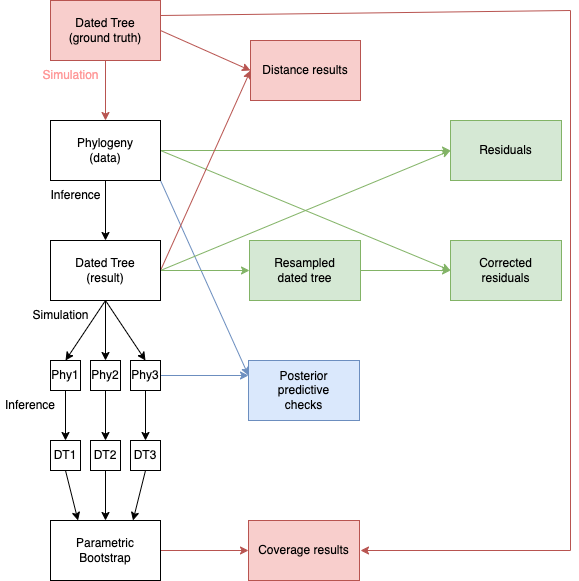
The draw.io diagram draft/flowchart.png in xavierdidelot/DiagnoDating, before a commit. Source tidied: cells renumbered, new cells last; positions are measured from the earlier drawing's top-left corner, leaving out a move shared by most shapes.
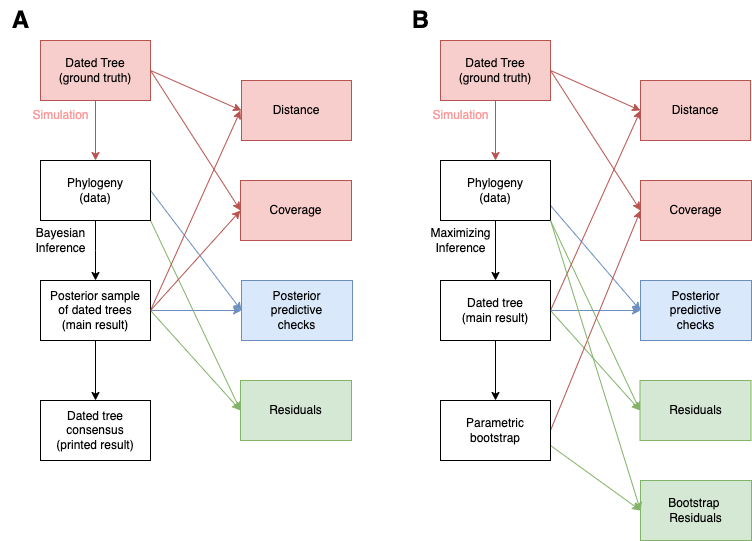
Later version of the same file.

Change to the diagram source:
```diff
@@ -5,32 +5,22 @@
     <mxCell id="2" style="edgeStyle=orthogonalEdgeStyle;rounded=0;jettySize=auto;html=1;exitX=0.5;exitY=1;exitDx=0;exitDy=0;entryX=0.5;entryY=0;entryDx=0;entryDy=0;fillColor=#f8cecc;strokeColor=#b85450;" parent="1" edge="1" source="4" target="9">
       <mxGeometry relative="1" as="geometry" />
     </mxCell>
-    <mxCell id="3" style="rounded=0;jettySize=auto;html=1;fillColor=#f8cecc;strokeColor=#b85450;exitX=1;exitY=0.25;exitDx=0;exitDy=0;" parent="1" edge="1" source="4">
-      <mxGeometry relative="1" as="geometry">
-        <mxPoint x="360" y="550" as="targetPoint" />
-        <Array as="points">
-          <mxPoint x="570" y="10" />
-          <mxPoint x="570" y="550" />
-        </Array>
-      </mxGeometry>
-    </mxCell>
     <mxCell id="4" value="Dated Tree&lt;div&gt;(ground truth)&lt;/div&gt;" style="rounded=0;whiteSpace=wrap;html=1;fillColor=#f8cecc;strokeColor=#b85450;" parent="1" vertex="1">
-      <mxGeometry x="50" width="110" height="60" as="geometry" />
+      <mxGeometry x="370" width="110" height="60" as="geometry" />
     </mxCell>
     <mxCell id="5" style="edgeStyle=orthogonalEdgeStyle;rounded=0;jettySize=auto;html=1;exitX=0.5;exitY=1;exitDx=0;exitDy=0;entryX=0.5;entryY=0;entryDx=0;entryDy=0;" parent="1" edge="1" source="9" target="13">
       <mxGeometry relative="1" as="geometry" />
     </mxCell>
-    <mxCell id="6" style="rounded=0;jettySize=auto;html=1;exitX=1;exitY=0.5;exitDx=0;exitDy=0;entryX=0;entryY=0.5;entryDx=0;entryDy=0;fillColor=#d5e8d4;strokeColor=#82b366;" parent="1" edge="1" source="9" target="39">
-      <mxGeometry relative="1" as="geometry" />
+    <mxCell id="6" style="rounded=0;jettySize=auto;html=1;entryX=0;entryY=0.5;entryDx=0;entryDy=0;fillColor=#d5e8d4;strokeColor=#82b366;" parent="1" edge="1" target="39">
+      <mxGeometry relative="1" as="geometry">
+        <mxPoint x="480" y="180" as="sourcePoint" />
+      </mxGeometry>
     </mxCell>
-    <mxCell id="7" style="rounded=0;jettySize=auto;html=1;exitX=1;exitY=1;exitDx=0;exitDy=0;entryX=0;entryY=0.25;entryDx=0;entryDy=0;fillColor=#dae8fc;strokeColor=#6c8ebf;" parent="1" edge="1" source="9" target="40">
+    <mxCell id="7" style="rounded=0;jettySize=auto;html=1;exitX=1;exitY=0.75;exitDx=0;exitDy=0;entryX=0;entryY=0.5;entryDx=0;entryDy=0;fillColor=#dae8fc;strokeColor=#6c8ebf;" parent="1" edge="1" source="9" target="40">
       <mxGeometry relative="1" as="geometry" />
     </mxCell>
-    <mxCell id="8" style="rounded=0;jettySize=auto;html=1;exitX=1;exitY=0.5;exitDx=0;exitDy=0;entryX=0;entryY=0.5;entryDx=0;entryDy=0;fillColor=#d5e8d4;strokeColor=#82b366;" parent="1" edge="1" source="9" target="43">
-      <mxGeometry relative="1" as="geometry" />
-    </mxCell>
     <mxCell id="9" value="Phylogeny&lt;br&gt;(data)" style="rounded=0;whiteSpace=wrap;html=1;" parent="1" vertex="1">
-      <mxGeometry x="50" y="120" width="110" height="60" as="geometry" />
+      <mxGeometry x="370" y="120" width="110" height="60" as="geometry" />
     </mxCell>
     <mxCell id="10" style="rounded=0;jettySize=auto;html=1;exitX=1;exitY=0.5;exitDx=0;exitDy=0;entryX=0;entryY=0.5;entryDx=0;entryDy=0;fillColor=#f8cecc;strokeColor=#b85450;" parent="1" edge="1" source="13" target="37">
       <mxGeometry relative="1" as="geometry" />
@@ -38,101 +28,132 @@
     <mxCell id="11" style="rounded=0;jettySize=auto;html=1;exitX=1;exitY=0.5;exitDx=0;exitDy=0;entryX=0;entryY=0.5;entryDx=0;entryDy=0;fillColor=#d5e8d4;strokeColor=#82b366;" parent="1" edge="1" source="13" target="39">
       <mxGeometry relative="1" as="geometry" />
     </mxCell>
-    <mxCell id="12" style="rounded=1;jettySize=auto;html=1;exitX=1;exitY=0.5;exitDx=0;exitDy=0;entryX=0;entryY=0.5;entryDx=0;entryDy=0;fillColor=#d5e8d4;strokeColor=#82b366;" parent="1" edge="1" source="13" target="42">
-      <mxGeometry relative="1" as="geometry" />
-    </mxCell>
-    <mxCell id="13" value="Dated Tree&lt;br&gt;(result)" style="rounded=0;whiteSpace=wrap;html=1;" parent="1" vertex="1">
-      <mxGeometry x="50" y="240" width="110" height="60" as="geometry" />
+    <mxCell id="13" value="Dated tree&lt;br&gt;(main result)" style="rounded=0;whiteSpace=wrap;html=1;" parent="1" vertex="1">
+      <mxGeometry x="370" y="240" width="110" height="60" as="geometry" />
     </mxCell>
-    <mxCell id="14" value="Inference" style="text;html=1;align=center;verticalAlign=middle;strokeColor=none;fillColor=none;" parent="1" vertex="1">
-      <mxGeometry x="40" y="180" width="70" height="30" as="geometry" />
+    <mxCell id="14" value="&lt;div&gt;Maximizing&lt;/div&gt;Inference" style="text;html=1;align=center;verticalAlign=middle;strokeColor=none;fillColor=none;" parent="1" vertex="1">
+      <mxGeometry x="350" y="180" width="80" height="40" as="geometry" />
     </mxCell>
     <mxCell id="15" value="Simulation" style="text;html=1;align=center;verticalAlign=middle;strokeColor=none;fillColor=none;fontColor=#FF9999;" parent="1" vertex="1">
-      <mxGeometry x="30" y="60" width="80" height="30" as="geometry" />
+      <mxGeometry x="350" y="60" width="80" height="30" as="geometry" />
     </mxCell>
-    <mxCell id="16" style="edgeStyle=orthogonalEdgeStyle;rounded=0;jettySize=auto;html=1;exitX=0.5;exitY=1;exitDx=0;exitDy=0;" parent="1" edge="1" source="17" target="27">
-      <mxGeometry relative="1" as="geometry" />
-    </mxCell>
-    <mxCell id="17" value="Phy1" style="rounded=0;whiteSpace=wrap;html=1;" parent="1" vertex="1">
-      <mxGeometry x="50" y="360" width="30" height="30" as="geometry" />
-    </mxCell>
-    <mxCell id="18" style="edgeStyle=orthogonalEdgeStyle;rounded=0;jettySize=auto;html=1;exitX=0.5;exitY=1;exitDx=0;exitDy=0;entryX=0.5;entryY=0;entryDx=0;entryDy=0;" parent="1" edge="1" source="19" target="28">
-      <mxGeometry relative="1" as="geometry" />
-    </mxCell>
-    <mxCell id="19" value="Phy2" style="rounded=0;whiteSpace=wrap;html=1;" parent="1" vertex="1">
-      <mxGeometry x="90" y="360" width="30" height="30" as="geometry" />
-    </mxCell>
-    <mxCell id="20" style="edgeStyle=orthogonalEdgeStyle;rounded=0;jettySize=auto;html=1;exitX=0.5;exitY=1;exitDx=0;exitDy=0;entryX=0.5;entryY=0;entryDx=0;entryDy=0;" parent="1" edge="1" source="22" target="29">
-      <mxGeometry relative="1" as="geometry" />
-    </mxCell>
-    <mxCell id="21" style="rounded=0;jettySize=auto;html=1;exitX=1;exitY=0.5;exitDx=0;exitDy=0;entryX=0;entryY=0.25;entryDx=0;entryDy=0;fillColor=#dae8fc;strokeColor=#6c8ebf;" parent="1" edge="1" source="22" target="40">
-      <mxGeometry relative="1" as="geometry" />
+    <mxCell id="21" style="rounded=0;jettySize=auto;html=1;entryX=0;entryY=0.5;entryDx=0;entryDy=0;fillColor=#dae8fc;strokeColor=#6c8ebf;" parent="1" edge="1" target="40">
+      <mxGeometry relative="1" as="geometry">
+        <mxPoint x="480" y="270" as="sourcePoint" />
+      </mxGeometry>
     </mxCell>
-    <mxCell id="22" value="Phy3" style="rounded=0;whiteSpace=wrap;html=1;" parent="1" vertex="1">
-      <mxGeometry x="130" y="360" width="30" height="30" as="geometry" />
-    </mxCell>
-    <mxCell id="23" style="edgeStyle=none;jettySize=auto;html=1;rounded=0;entryX=0.5;entryY=0;entryDx=0;entryDy=0;exitX=0.5;exitY=1;exitDx=0;exitDy=0;" parent="1" edge="1" source="13" target="17">
-      <mxGeometry relative="1" as="geometry" />
-    </mxCell>
-    <mxCell id="24" style="edgeStyle=none;jettySize=auto;html=1;rounded=0;exitX=0.5;exitY=1;exitDx=0;exitDy=0;entryX=0.5;entryY=0;entryDx=0;entryDy=0;" parent="1" edge="1" source="13" target="19">
-      <mxGeometry relative="1" as="geometry" />
+    <mxCell id="24" style="edgeStyle=none;jettySize=auto;html=1;rounded=0;exitX=0.5;exitY=1;exitDx=0;exitDy=0;entryX=0.5;entryY=0;entryDx=0;entryDy=0;" parent="1" edge="1" source="13">
+      <mxGeometry relative="1" as="geometry">
+        <mxPoint x="425" y="360" as="targetPoint" />
+      </mxGeometry>
     </mxCell>
-    <mxCell id="25" style="edgeStyle=none;jettySize=auto;html=1;rounded=0;exitX=0.5;exitY=1;exitDx=0;exitDy=0;entryX=0.5;entryY=0;entryDx=0;entryDy=0;" parent="1" edge="1" source="13" target="22">
-      <mxGeometry relative="1" as="geometry" />
-    </mxCell>
-    <mxCell id="26" value="Simulation" style="text;html=1;align=center;verticalAlign=middle;strokeColor=none;fillColor=none;" parent="1" vertex="1">
-      <mxGeometry x="20" y="300" width="80" height="30" as="geometry" />
-    </mxCell>
-    <mxCell id="27" value="DT1" style="rounded=0;whiteSpace=wrap;html=1;" parent="1" vertex="1">
-      <mxGeometry x="50" y="440" width="30" height="30" as="geometry" />
-    </mxCell>
-    <mxCell id="28" value="DT2" style="rounded=0;whiteSpace=wrap;html=1;" parent="1" vertex="1">
-      <mxGeometry x="90" y="440" width="30" height="30" as="geometry" />
-    </mxCell>
-    <mxCell id="29" value="DT3" style="rounded=0;whiteSpace=wrap;html=1;" parent="1" vertex="1">
-      <mxGeometry x="130" y="440" width="30" height="30" as="geometry" />
-    </mxCell>
-    <mxCell id="30" value="Inference" style="text;html=1;align=center;verticalAlign=middle;whiteSpace=wrap;rounded=0;" parent="1" vertex="1">
-      <mxGeometry y="390" width="60" height="30" as="geometry" />
-    </mxCell>
-    <mxCell id="31" style="rounded=0;jettySize=auto;html=1;exitX=1;exitY=0.5;exitDx=0;exitDy=0;entryX=0;entryY=0.5;entryDx=0;entryDy=0;fillColor=#f8cecc;strokeColor=#b85450;" parent="1" edge="1" source="32" target="38">
+    <mxCell id="31" style="rounded=0;jettySize=auto;html=1;exitX=1;exitY=0.5;exitDx=0;exitDy=0;entryX=0;entryY=0.5;entryDx=0;entryDy=0;fillColor=#f8cecc;strokeColor=#b85450;" parent="1" edge="1" source="66" target="38">
       <mxGeometry relative="1" as="geometry" />
     </mxCell>
-    <mxCell id="32" value="Parametric&lt;br&gt;Bootstrap" style="rounded=0;whiteSpace=wrap;html=1;" parent="1" vertex="1">
-      <mxGeometry x="50" y="520" width="110" height="60" as="geometry" />
-    </mxCell>
-    <mxCell id="33" style="edgeStyle=none;jettySize=auto;html=1;rounded=0;exitX=0.5;exitY=1;exitDx=0;exitDy=0;entryX=0.25;entryY=0;entryDx=0;entryDy=0;" parent="1" edge="1" source="27" target="32">
-      <mxGeometry relative="1" as="geometry" />
-    </mxCell>
-    <mxCell id="34" style="edgeStyle=none;jettySize=auto;html=1;rounded=0;exitX=0.5;exitY=1;exitDx=0;exitDy=0;entryX=0.5;entryY=0;entryDx=0;entryDy=0;" parent="1" edge="1" source="28" target="32">
-      <mxGeometry relative="1" as="geometry" />
-    </mxCell>
-    <mxCell id="35" style="edgeStyle=none;jettySize=auto;html=1;rounded=0;exitX=0.5;exitY=1;exitDx=0;exitDy=0;entryX=0.75;entryY=0;entryDx=0;entryDy=0;" parent="1" edge="1" source="29" target="32">
-      <mxGeometry relative="1" as="geometry" />
-    </mxCell>
     <mxCell id="36" style="endArrow=classic;html=1;rounded=0;exitX=1;exitY=0.5;exitDx=0;exitDy=0;entryX=0;entryY=0.5;entryDx=0;entryDy=0;fillColor=#f8cecc;strokeColor=#b85450;" parent="1" edge="1" source="4" target="37">
       <mxGeometry relative="1" as="geometry" />
     </mxCell>
-    <mxCell id="37" value="Distance results" style="rounded=0;whiteSpace=wrap;html=1;fillColor=#f8cecc;strokeColor=#b85450;" parent="1" vertex="1">
-      <mxGeometry x="250" y="40" width="110" height="60" as="geometry" />
+    <mxCell id="37" value="Distance" style="rounded=0;whiteSpace=wrap;html=1;fillColor=#f8cecc;strokeColor=#b85450;" parent="1" vertex="1">
+      <mxGeometry x="570" y="40" width="110" height="60" as="geometry" />
     </mxCell>
-    <mxCell id="38" value="Coverage results" style="rounded=0;whiteSpace=wrap;html=1;fillColor=#f8cecc;strokeColor=#b85450;" parent="1" vertex="1">
-      <mxGeometry x="248" y="520" width="111" height="60" as="geometry" />
+    <mxCell id="38" value="Coverage" style="rounded=0;whiteSpace=wrap;html=1;fillColor=#f8cecc;strokeColor=#b85450;" parent="1" vertex="1">
+      <mxGeometry x="570" y="140" width="111" height="60" as="geometry" />
     </mxCell>
     <mxCell id="39" value="Residuals" style="rounded=0;whiteSpace=wrap;html=1;fillColor=#d5e8d4;strokeColor=#82b366;" parent="1" vertex="1">
-      <mxGeometry x="450" y="120" width="111" height="60" as="geometry" />
+      <mxGeometry x="569.5" y="340" width="111" height="60" as="geometry" />
     </mxCell>
     <mxCell id="40" value="Posterior&lt;br&gt;predictive&lt;br&gt;checks" style="rounded=0;whiteSpace=wrap;html=1;fillColor=#dae8fc;strokeColor=#6c8ebf;" parent="1" vertex="1">
-      <mxGeometry x="248" y="360" width="111" height="60" as="geometry" />
+      <mxGeometry x="570" y="240" width="111" height="60" as="geometry" />
     </mxCell>
-    <mxCell id="41" style="rounded=0;jettySize=auto;html=1;exitX=1;exitY=0.5;exitDx=0;exitDy=0;entryX=0;entryY=0.5;entryDx=0;entryDy=0;fillColor=#d5e8d4;strokeColor=#82b366;" parent="1" edge="1" source="42" target="43">
-      <mxGeometry relative="1" as="geometry" />
-    </mxCell>
-    <mxCell id="42" value="Resampled&lt;br&gt;dated tree" style="rounded=0;whiteSpace=wrap;html=1;fillColor=#d5e8d4;strokeColor=#82b366;" parent="1" vertex="1">
-      <mxGeometry x="249" y="240" width="111" height="60" as="geometry" />
-    </mxCell>
-    <mxCell id="43" value="Corrected&lt;br&gt;residuals" style="rounded=0;whiteSpace=wrap;html=1;fillColor=#d5e8d4;strokeColor=#82b366;" parent="1" vertex="1">
-      <mxGeometry x="450" y="240" width="111" height="60" as="geometry" />
+    <mxCell id="43" value="Bootstrap&amp;nbsp;&lt;div&gt;R&lt;span style=&quot;background-color: transparent; color: light-dark(rgb(0, 0, 0), rgb(255, 255, 255));&quot;&gt;esiduals&lt;/span&gt;&lt;/div&gt;" style="rounded=0;whiteSpace=wrap;html=1;fillColor=#d5e8d4;strokeColor=#82b366;align=center;" parent="1" vertex="1">
+      <mxGeometry x="570" y="440" width="111" height="60" as="geometry" />
     </mxCell>
+    <mxCell id="44" style="edgeStyle=orthogonalEdgeStyle;rounded=0;jettySize=auto;html=1;exitX=0.5;exitY=1;exitDx=0;exitDy=0;entryX=0.5;entryY=0;entryDx=0;entryDy=0;fillColor=#f8cecc;strokeColor=#b85450;" parent="1" edge="1" source="45" target="49">
+      <mxGeometry relative="1" as="geometry" />
+    </mxCell>
+    <mxCell id="45" value="Dated Tree&lt;div&gt;(ground truth)&lt;/div&gt;" style="rounded=0;whiteSpace=wrap;html=1;fillColor=#f8cecc;strokeColor=#b85450;" parent="1" vertex="1">
+      <mxGeometry x="-30" width="110" height="60" as="geometry" />
+    </mxCell>
+    <mxCell id="46" style="edgeStyle=orthogonalEdgeStyle;rounded=0;jettySize=auto;html=1;exitX=0.5;exitY=1;exitDx=0;exitDy=0;entryX=0.5;entryY=0;entryDx=0;entryDy=0;" parent="1" edge="1" source="49">
+      <mxGeometry relative="1" as="geometry">
+        <mxPoint x="25" y="240" as="targetPoint" />
+      </mxGeometry>
+    </mxCell>
+    <mxCell id="47" style="rounded=0;jettySize=auto;html=1;exitX=1;exitY=1;exitDx=0;exitDy=0;entryX=0;entryY=0.5;entryDx=0;entryDy=0;fillColor=#d5e8d4;strokeColor=#82b366;" parent="1" edge="1" source="49" target="61">
+      <mxGeometry relative="1" as="geometry" />
+    </mxCell>
+    <mxCell id="48" style="rounded=0;jettySize=auto;html=1;exitX=1;exitY=0.5;exitDx=0;exitDy=0;fillColor=#dae8fc;strokeColor=#6c8ebf;entryX=0;entryY=0.5;entryDx=0;entryDy=0;" parent="1" edge="1" source="49" target="62">
+      <mxGeometry relative="1" as="geometry" />
+    </mxCell>
+    <mxCell id="49" value="Phylogeny&lt;br&gt;(data)" style="rounded=0;whiteSpace=wrap;html=1;" parent="1" vertex="1">
+      <mxGeometry x="-30" y="120" width="110" height="60" as="geometry" />
+    </mxCell>
+    <mxCell id="50" style="rounded=0;jettySize=auto;html=1;exitX=1;exitY=0.5;exitDx=0;exitDy=0;fillColor=#f8cecc;strokeColor=#b85450;" parent="1" edge="1" source="54">
+      <mxGeometry relative="1" as="geometry">
+        <mxPoint x="170" y="70" as="targetPoint" />
+      </mxGeometry>
+    </mxCell>
+    <mxCell id="51" style="rounded=0;jettySize=auto;html=1;entryX=0;entryY=0.5;entryDx=0;entryDy=0;fillColor=#d5e8d4;strokeColor=#82b366;" parent="1" edge="1" target="61">
+      <mxGeometry relative="1" as="geometry">
+        <mxPoint x="80" y="270" as="sourcePoint" />
+      </mxGeometry>
+    </mxCell>
+    <mxCell id="52" value="Bayesian&lt;br&gt;Inference" style="text;html=1;align=center;verticalAlign=middle;strokeColor=none;fillColor=none;" parent="1" vertex="1">
+      <mxGeometry x="-45" y="180" width="70" height="40" as="geometry" />
+    </mxCell>
+    <mxCell id="26" value="Simulation" style="text;html=1;align=center;verticalAlign=middle;strokeColor=none;fillColor=none;fontColor=#FF9999;" parent="1" vertex="1">
+      <mxGeometry x="-50" y="60" width="80" height="30" as="geometry" />
+    </mxCell>
+    <mxCell id="53" style="rounded=0;jettySize=auto;html=1;exitX=1;exitY=0.5;exitDx=0;exitDy=0;entryX=0;entryY=0.5;entryDx=0;entryDy=0;fillColor=#dae8fc;strokeColor=#6c8ebf;" parent="1" edge="1" source="54" target="62">
+      <mxGeometry relative="1" as="geometry" />
+    </mxCell>
+    <mxCell id="54" value="Posterior sample&lt;br&gt;of dated trees&lt;br&gt;(main&amp;nbsp;&lt;span style=&quot;background-color: transparent; color: light-dark(rgb(0, 0, 0), rgb(255, 255, 255));&quot;&gt;result)&lt;/span&gt;" style="rounded=0;whiteSpace=wrap;html=1;" parent="1" vertex="1">
+      <mxGeometry x="-30" y="240" width="110" height="60" as="geometry" />
+    </mxCell>
+    <mxCell id="55" style="rounded=0;jettySize=auto;html=1;entryX=0;entryY=0.5;entryDx=0;entryDy=0;fillColor=#f8cecc;strokeColor=#b85450;exitX=1;exitY=0.5;exitDx=0;exitDy=0;" parent="1" edge="1" source="54" target="60">
+      <mxGeometry relative="1" as="geometry" />
+    </mxCell>
+    <mxCell id="56" value="&lt;div&gt;Dated tree&lt;/div&gt;consensus&lt;div&gt;(printed result)&lt;/div&gt;" style="rounded=0;whiteSpace=wrap;html=1;" parent="1" vertex="1">
+      <mxGeometry x="-30" y="360" width="110" height="60" as="geometry" />
+    </mxCell>
+    <mxCell id="57" style="edgeStyle=none;jettySize=auto;html=1;rounded=0;exitX=0.5;exitY=1;exitDx=0;exitDy=0;entryX=0.5;entryY=0;entryDx=0;entryDy=0;" parent="1" edge="1" source="54" target="56">
+      <mxGeometry relative="1" as="geometry" />
+    </mxCell>
+    <mxCell id="58" style="endArrow=classic;html=1;rounded=0;exitX=1;exitY=0.5;exitDx=0;exitDy=0;fillColor=#f8cecc;strokeColor=#b85450;entryX=0;entryY=0.5;entryDx=0;entryDy=0;" parent="1" edge="1" source="45" target="59">
+      <mxGeometry relative="1" as="geometry" />
+    </mxCell>
+    <mxCell id="59" value="Distance" style="rounded=0;whiteSpace=wrap;html=1;fillColor=#f8cecc;strokeColor=#b85450;" parent="1" vertex="1">
+      <mxGeometry x="171" y="40" width="110" height="60" as="geometry" />
+    </mxCell>
+    <mxCell id="60" value="Coverage" style="rounded=0;whiteSpace=wrap;html=1;fillColor=#f8cecc;strokeColor=#b85450;" parent="1" vertex="1">
+      <mxGeometry x="170" y="140" width="111" height="60" as="geometry" />
+    </mxCell>
+    <mxCell id="61" value="Residuals" style="rounded=0;whiteSpace=wrap;html=1;fillColor=#d5e8d4;strokeColor=#82b366;" parent="1" vertex="1">
+      <mxGeometry x="170" y="340" width="111" height="60" as="geometry" />
+    </mxCell>
+    <mxCell id="62" value="Posterior&lt;br&gt;predictive&lt;br&gt;checks" style="rounded=0;whiteSpace=wrap;html=1;fillColor=#dae8fc;strokeColor=#6c8ebf;" parent="1" vertex="1">
+      <mxGeometry x="171" y="240" width="111" height="60" as="geometry" />
+    </mxCell>
+    <mxCell id="63" value="A" style="text;strokeColor=none;fillColor=none;html=1;fontSize=24;fontStyle=1;verticalAlign=middle;align=center;" parent="1" vertex="1">
+      <mxGeometry x="-70" y="-40" width="40" height="40" as="geometry" />
+    </mxCell>
+    <mxCell id="64" value="B" style="text;strokeColor=none;fillColor=none;html=1;fontSize=24;fontStyle=1;verticalAlign=middle;align=center;" parent="1" vertex="1">
+      <mxGeometry x="330" y="-40" width="40" height="40" as="geometry" />
+    </mxCell>
+    <mxCell id="65" style="rounded=0;jettySize=auto;html=1;exitX=1;exitY=0.75;exitDx=0;exitDy=0;entryX=0;entryY=0.5;entryDx=0;entryDy=0;fillColor=#d5e8d4;strokeColor=#82b366;" parent="1" edge="1" source="66" target="43">
+      <mxGeometry relative="1" as="geometry" />
+    </mxCell>
+    <mxCell id="8" style="rounded=0;jettySize=auto;html=1;exitX=1;exitY=1;exitDx=0;exitDy=0;entryX=0;entryY=0.5;entryDx=0;entryDy=0;fillColor=#d5e8d4;strokeColor=#82b366;" parent="1" edge="1" source="9" target="43">
+      <mxGeometry relative="1" as="geometry" />
+    </mxCell>
+    <mxCell id="66" value="Parametric bootstrap" style="rounded=0;whiteSpace=wrap;html=1;" parent="1" vertex="1">
+      <mxGeometry x="370" y="360" width="110" height="60" as="geometry" />
+    </mxCell>
+    <mxCell id="67" style="endArrow=classic;html=1;rounded=0;exitX=1;exitY=0.5;exitDx=0;exitDy=0;fillColor=#f8cecc;strokeColor=#b85450;entryX=0;entryY=0.5;entryDx=0;entryDy=0;" parent="1" edge="1" source="45" target="60">
+      <mxGeometry relative="1" as="geometry" />
+    </mxCell>
+    <mxCell id="68" style="endArrow=classic;html=1;rounded=0;entryX=0;entryY=0.5;entryDx=0;entryDy=0;fillColor=#f8cecc;strokeColor=#b85450;exitX=1;exitY=0.5;exitDx=0;exitDy=0;" parent="1" edge="1" source="4" target="38">
+      <mxGeometry relative="1" as="geometry" />
+    </mxCell>
   </root>
 </mxGraphModel>
```
